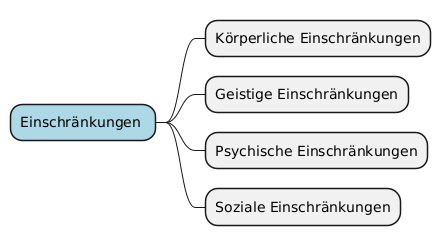
This is mindmap/generated/mindmap-only-biggest-categories.png from marcgauch/Masterarbeit-Daten, a PlantUML export, as it was before one commit.
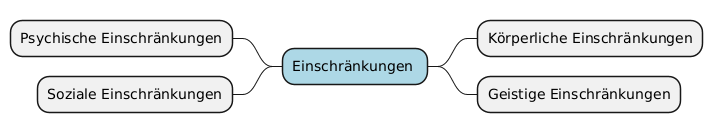
The same diagram one commit later.

Commit message:
ADDED: mindmap physical körperausrpägungen

The edit, as a diff of the source:
```diff
@@ -12,6 +12,7 @@
 
 	* Geistige Einschränkungen
 
+left side
 	* Psychische Einschränkungen
 
 	* Soziale Einschränkungen
```
